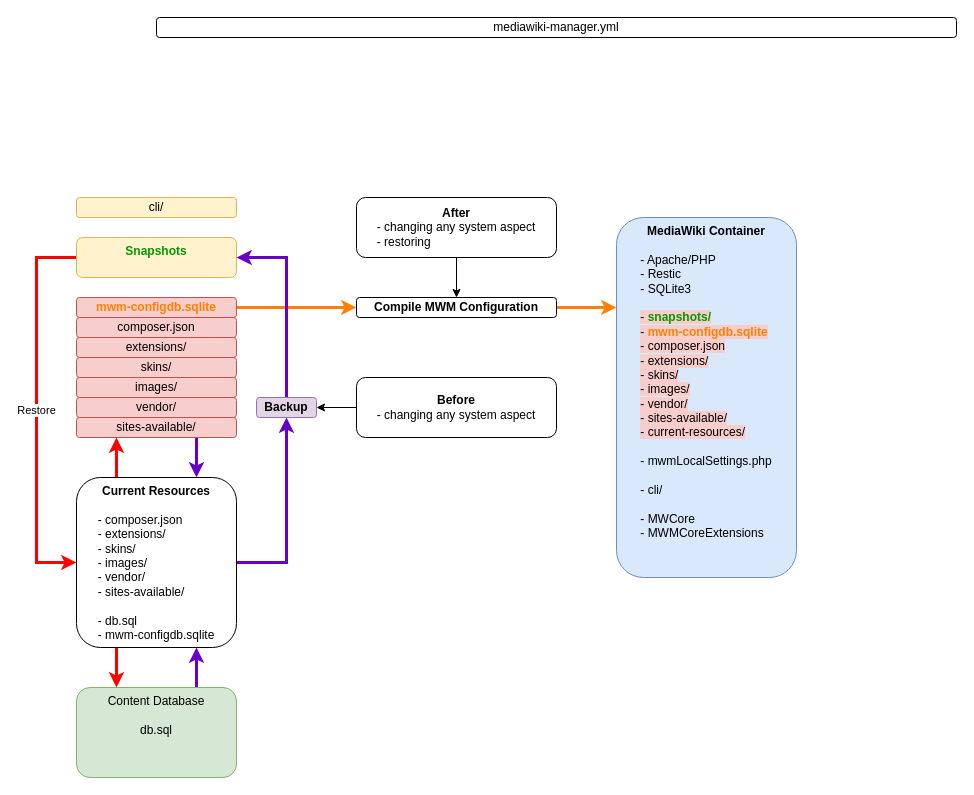
Earlier version of the draw.io diagram page "Component Logics" (1 of 3) of drawio/mediawiki-manager.drawio (dataspects/mediawiki-manager). Source tidied: cells renumbered, new cells numbered last; positions are measured from the earlier drawing's top-left corner, leaving out a move shared by most shapes. Both pictures are drawn from the tidied source at 100%, with x=0, y=0 at pixel (36, 17).
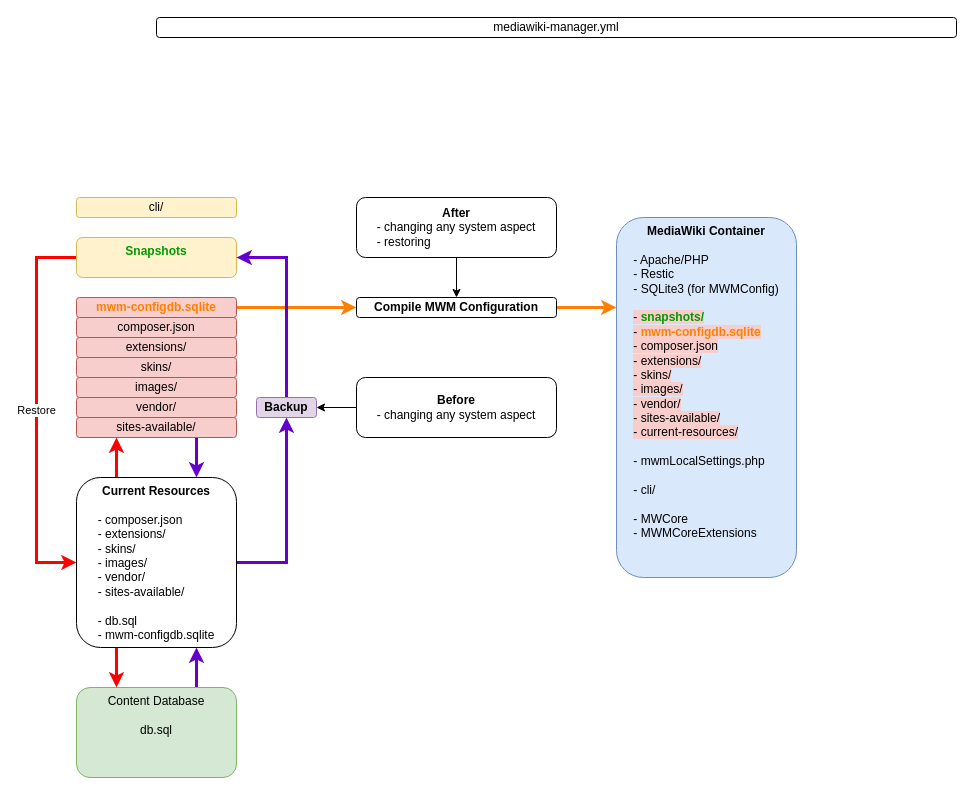
After the change.

What changed in the source:
```diff
@@
-    <mxCell id="2" value="&lt;div&gt;&lt;span&gt;&lt;b&gt;MediaWiki Container&lt;/b&gt;&lt;/span&gt;&lt;/div&gt;&lt;br&gt;&lt;div&gt;&lt;div style=&quot;text-align: left&quot;&gt;&lt;span&gt;- Apache/PHP&lt;/span&gt;&lt;/div&gt;&lt;div style=&quot;text-align: left&quot;&gt;&lt;span&gt;- Restic&lt;/span&gt;&lt;/div&gt;&lt;div style=&quot;text-align: left&quot;&gt;&lt;span&gt;- SQLite3&lt;/span&gt;&lt;/div&gt;&lt;div style=&quot;text-align: left&quot;&gt;&lt;span&gt;&lt;br&gt;&lt;/span&gt;&lt;/div&gt;&lt;div style=&quot;text-align: left&quot;&gt;&lt;span style=&quot;background-color: rgb(248 , 206 , 204)&quot;&gt;- &lt;font color=&quot;#009900&quot;&gt;&lt;b&gt;snapshots/&lt;/b&gt;&lt;/font&gt;&lt;/span&gt;&lt;/div&gt;&lt;div style=&quot;text-align: left&quot;&gt;&lt;span style=&quot;background-color: rgb(248 , 206 , 204)&quot;&gt;&lt;span&gt;- &lt;/span&gt;&lt;font color=&quot;#ff8000&quot;&gt;&lt;b&gt;mwm-configdb.sqlite&lt;/b&gt;&lt;/font&gt;&lt;br&gt;&lt;/span&gt;&lt;/div&gt;&lt;div style=&quot;text-align: left&quot;&gt;&lt;span style=&quot;background-color: rgb(248 , 206 , 204)&quot;&gt;&lt;span&gt;- composer.json&lt;/span&gt;&lt;br&gt;&lt;/span&gt;&lt;/div&gt;&lt;span&gt;&lt;div style=&quot;text-align: left&quot;&gt;&lt;span style=&quot;background-color: rgb(248 , 206 , 204)&quot;&gt;- extensions/&lt;/span&gt;&lt;/div&gt;&lt;div style=&quot;text-align: left&quot;&gt;&lt;span style=&quot;background-color: rgb(248 , 206 , 204)&quot;&gt;- skins/&lt;/span&gt;&lt;/div&gt;&lt;div style=&quot;text-align: left&quot;&gt;&lt;span style=&quot;background-color: rgb(248 , 206 , 204)&quot;&gt;- images/&lt;/span&gt;&lt;/div&gt;&lt;div style=&quot;text-align: left&quot;&gt;&lt;span style=&quot;background-color: rgb(248 , 206 , 204)&quot;&gt;- vendor/&lt;/span&gt;&lt;/div&gt;&lt;div style=&quot;text-align: left&quot;&gt;&lt;span style=&quot;background-color: rgb(248 , 206 , 204)&quot;&gt;- sites-available/&lt;/span&gt;&lt;/div&gt;&lt;div style=&quot;text-align: left&quot;&gt;&lt;span style=&quot;background-color: rgb(248 , 206 , 204)&quot;&gt;- current-resources/&lt;/span&gt;&lt;/div&gt;&lt;div style=&quot;text-align: left&quot;&gt;&lt;br&gt;&lt;/div&gt;&lt;div style=&quot;text-align: left&quot;&gt;- mwmLocalSettings.php&lt;/div&gt;&lt;div style=&quot;text-align: left&quot;&gt;&lt;br&gt;&lt;/div&gt;&lt;div style=&quot;text-align: left&quot;&gt;- cli/&lt;br&gt;&lt;/div&gt;&lt;div style=&quot;text-align: left&quot;&gt;&lt;br&gt;&lt;/div&gt;&lt;div style=&quot;text-align: left&quot;&gt;- MWCore&lt;/div&gt;&lt;div style=&quot;text-align: left&quot;&gt;- MWMCoreExtensions&lt;/div&gt;&lt;/span&gt;&lt;/div&gt;" style="rounded=1;whiteSpace=wrap;html=1;verticalAlign=top;fillColor=#dae8fc;strokeColor=#6c8ebf;align=center;" parent="1" vertex="1">
+    <mxCell id="2" value="&lt;div&gt;&lt;span&gt;&lt;b&gt;MediaWiki Container&lt;/b&gt;&lt;/span&gt;&lt;/div&gt;&lt;br&gt;&lt;div&gt;&lt;div style=&quot;text-align: left&quot;&gt;&lt;span&gt;- Apache/PHP&lt;/span&gt;&lt;/div&gt;&lt;div style=&quot;text-align: left&quot;&gt;&lt;span&gt;- Restic&lt;/span&gt;&lt;/div&gt;&lt;div style=&quot;text-align: left&quot;&gt;&lt;span&gt;- SQLite3 (for MWMConfig)&lt;/span&gt;&lt;/div&gt;&lt;div style=&quot;text-align: left&quot;&gt;&lt;span&gt;&lt;br&gt;&lt;/span&gt;&lt;/div&gt;&lt;div style=&quot;text-align: left&quot;&gt;&lt;span style=&quot;background-color: rgb(248 , 206 , 204)&quot;&gt;- &lt;font color=&quot;#009900&quot;&gt;&lt;b&gt;snapshots/&lt;/b&gt;&lt;/font&gt;&lt;/span&gt;&lt;/div&gt;&lt;div style=&quot;text-align: left&quot;&gt;&lt;span style=&quot;background-color: rgb(248 , 206 , 204)&quot;&gt;&lt;span&gt;- &lt;/span&gt;&lt;font color=&quot;#ff8000&quot;&gt;&lt;b&gt;mwm-configdb.sqlite&lt;/b&gt;&lt;/font&gt;&lt;br&gt;&lt;/span&gt;&lt;/div&gt;&lt;div style=&quot;text-align: left&quot;&gt;&lt;span style=&quot;background-color: rgb(248 , 206 , 204)&quot;&gt;&lt;span&gt;- composer.json&lt;/span&gt;&lt;br&gt;&lt;/span&gt;&lt;/div&gt;&lt;span&gt;&lt;div style=&quot;text-align: left&quot;&gt;&lt;span style=&quot;background-color: rgb(248 , 206 , 204)&quot;&gt;- extensions/&lt;/span&gt;&lt;/div&gt;&lt;div style=&quot;text-align: left&quot;&gt;&lt;span style=&quot;background-color: rgb(248 , 206 , 204)&quot;&gt;- skins/&lt;/span&gt;&lt;/div&gt;&lt;div style=&quot;text-align: left&quot;&gt;&lt;span style=&quot;background-color: rgb(248 , 206 , 204)&quot;&gt;- images/&lt;/span&gt;&lt;/div&gt;&lt;div style=&quot;text-align: left&quot;&gt;&lt;span style=&quot;background-color: rgb(248 , 206 , 204)&quot;&gt;- vendor/&lt;/span&gt;&lt;/div&gt;&lt;div style=&quot;text-align: left&quot;&gt;&lt;span style=&quot;background-color: rgb(248 , 206 , 204)&quot;&gt;- sites-available/&lt;/span&gt;&lt;/div&gt;&lt;div style=&quot;text-align: left&quot;&gt;&lt;span style=&quot;background-color: rgb(248 , 206 , 204)&quot;&gt;- current-resources/&lt;/span&gt;&lt;/div&gt;&lt;div style=&quot;text-align: left&quot;&gt;&lt;br&gt;&lt;/div&gt;&lt;div style=&quot;text-align: left&quot;&gt;- mwmLocalSettings.php&lt;/div&gt;&lt;div style=&quot;text-align: left&quot;&gt;&lt;br&gt;&lt;/div&gt;&lt;div style=&quot;text-align: left&quot;&gt;- cli/&lt;br&gt;&lt;/div&gt;&lt;div style=&quot;text-align: left&quot;&gt;&lt;br&gt;&lt;/div&gt;&lt;div style=&quot;text-align: left&quot;&gt;- MWCore&lt;/div&gt;&lt;div style=&quot;text-align: left&quot;&gt;- MWMCoreExtensions&lt;/div&gt;&lt;/span&gt;&lt;/div&gt;" style="rounded=1;whiteSpace=wrap;html=1;verticalAlign=top;fillColor=#dae8fc;strokeColor=#6c8ebf;align=center;" parent="1" vertex="1">
       <mxGeometry x="580" y="200" width="180" height="360" as="geometry" />
     </mxCell>
```
